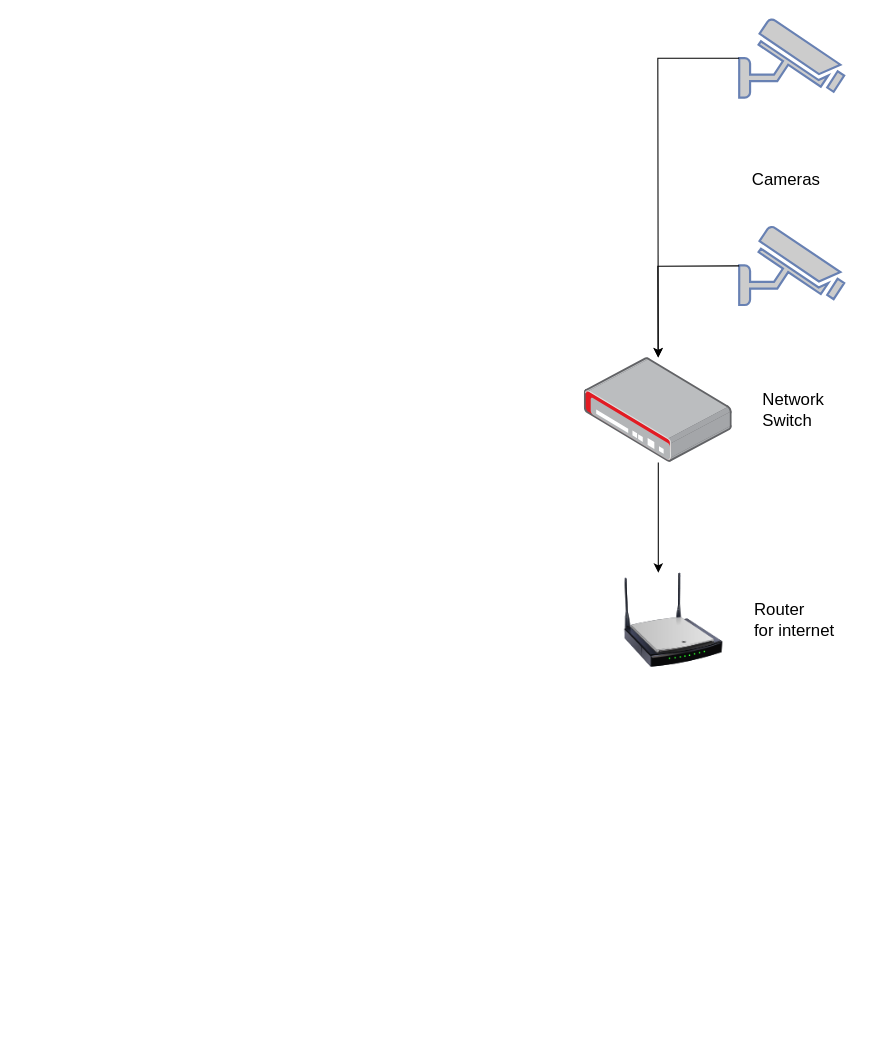
Earlier version of the draw.io diagram page "architecture" (1 of 2) of Untitled Diagram.drawio (the-mohamed-riaz/Angular-projects). Source tidied: cells renumbered, new cells numbered last; positions are measured from the earlier drawing's top-left corner, leaving out a move shared by most shapes. Both pictures are drawn from the tidied source at 105%, with x=0, y=0 at pixel (573, 5).
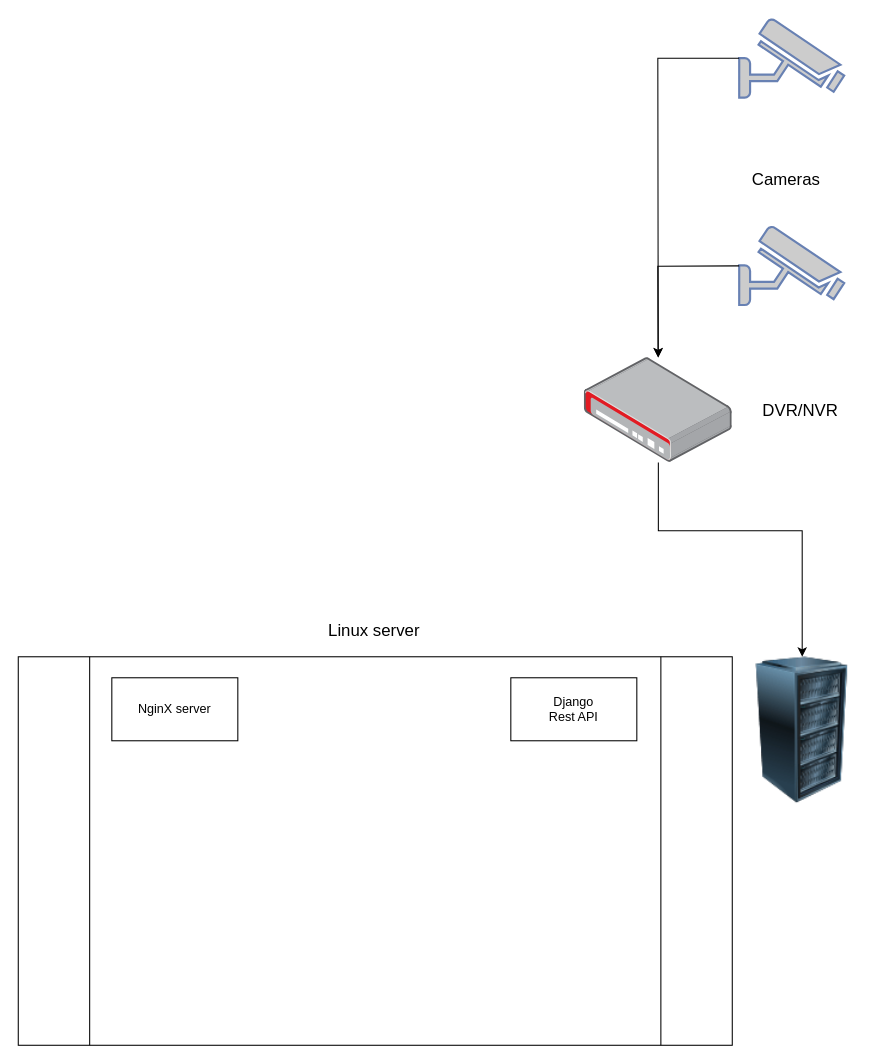
Above is the later version.

Commit message:
web framework

Diff of the diagram source:
```diff
@@
 <mxGraphModel background="#ffffff">
   <root>
     <mxCell id="0" />
     <mxCell id="1" parent="0" />
     <mxCell id="2" style="fontColor=#0066CC;verticalAlign=top;verticalLabelPosition=bottom;labelPosition=center;align=center;html=1;outlineConnect=0;fillColor=#CCCCCC;strokeColor=#6881B3;gradientColor=none;gradientDirection=north;strokeWidth=2;shape=mxgraph.networks.security_camera;direction=south;rotation=-90;flipV=0;" parent="1" vertex="1">
       <mxGeometry x="170" width="75" height="100" as="geometry" />
     </mxCell>
-    <mxCell id="3" style="edgeStyle=orthogonalEdgeStyle;rounded=0;jettySize=auto;html=1;" parent="1" edge="1" source="8" target="4">
+    <mxCell id="3" style="edgeStyle=orthogonalEdgeStyle;rounded=0;jettySize=auto;html=1;entryX=0.5;entryY=0;entryDx=0;entryDy=0;" parent="1" edge="1" source="8" target="12">
       <mxGeometry relative="1" as="geometry">
         <Array as="points">
-          <mxPoint x="99" y="380" />
-          <mxPoint x="99" y="380" />
+          <mxPoint x="80" y="500" />
+          <mxPoint x="218" y="500" />
         </Array>
       </mxGeometry>
     </mxCell>
-    <mxCell id="4" style="image;html=1;image=img/lib/clip_art/networking/Wireless_Router_N_128x128.png;" parent="1" vertex="1">
-      <mxGeometry y="540" width="190" height="90" as="geometry" />
-    </mxCell>
     <mxCell id="5" style="fontColor=#0066CC;verticalAlign=top;verticalLabelPosition=bottom;labelPosition=center;align=center;html=1;outlineConnect=0;fillColor=#CCCCCC;strokeColor=#6881B3;gradientColor=none;gradientDirection=north;strokeWidth=2;shape=mxgraph.networks.security_camera;" parent="1" vertex="1">
       <mxGeometry x="157.5" y="210" width="100" height="75" as="geometry" />
     </mxCell>
     <mxCell id="6" style="edgeStyle=none;rounded=0;jettySize=auto;html=1;" parent="1" edge="1" source="2" target="8">
       <mxGeometry relative="1" as="geometry">
         <Array as="points">
           <mxPoint x="80" y="50" />
         </Array>
       </mxGeometry>
     </mxCell>
     <mxCell id="7" style="edgeStyle=none;rounded=0;jettySize=auto;html=1;" parent="1" edge="1" source="5" target="8">
       <mxGeometry relative="1" as="geometry">
         <Array as="points">
           <mxPoint x="80" y="248" />
         </Array>
       </mxGeometry>
     </mxCell>
     <mxCell id="8" style="points=[];html=1;align=center;shadow=0;dashed=0;image;image=img/lib/allied_telesis/security/Router_VPN.svg;" parent="1" vertex="1">
       <mxGeometry x="10" y="335" width="140.9" height="100" as="geometry" />
     </mxCell>
     <mxCell id="9" value="&lt;span style=&quot;font-size: 16px&quot;&gt;Cameras&lt;/span&gt;" style="text;html=1;strokeColor=none;fillColor=none;align=left;verticalAlign=middle;whiteSpace=wrap;rounded=0;" parent="1" vertex="1">
       <mxGeometry x="167.5" y="140" width="80" height="50" as="geometry" />
     </mxCell>
-    <mxCell id="10" value="&lt;span style=&quot;font-size: 16px&quot;&gt;Network&lt;br&gt;Switch&lt;br&gt;&lt;/span&gt;" style="text;html=1;strokeColor=none;fillColor=none;align=left;verticalAlign=middle;whiteSpace=wrap;rounded=0;" parent="1" vertex="1">
+    <mxCell id="10" value="&lt;span style=&quot;font-size: 16px&quot;&gt;DVR/NVR&lt;br&gt;&lt;/span&gt;" style="text;html=1;strokeColor=none;fillColor=none;align=left;verticalAlign=middle;whiteSpace=wrap;rounded=0;" parent="1" vertex="1">
       <mxGeometry x="177.5" y="360" width="80" height="50" as="geometry" />
     </mxCell>
-    <mxCell id="11" value="&lt;span style=&quot;font-size: 16px&quot;&gt;Router&lt;br&gt;for internet&lt;br&gt;&lt;/span&gt;" style="text;html=1;strokeColor=none;fillColor=none;align=left;verticalAlign=middle;whiteSpace=wrap;rounded=0;" parent="1" vertex="1">
-      <mxGeometry x="170" y="560" width="80" height="50" as="geometry" />
-    </mxCell>
+    <mxCell id="12" style="image;html=1;image=img/lib/clip_art/computers/Server_Rack_128x128.png;" parent="1" vertex="1">
+      <mxGeometry x="162.5" y="620" width="110" height="140" as="geometry" />
+    </mxCell>
+    <mxCell id="13" value="&lt;font style=&quot;font-size: 16px&quot;&gt;Linux server&lt;/font&gt;" style="text;html=1;strokeColor=none;fillColor=none;align=center;verticalAlign=middle;whiteSpace=wrap;rounded=0;" parent="1" vertex="1">
+      <mxGeometry x="-260" y="560" width="140" height="70" as="geometry" />
+    </mxCell>
+    <mxCell id="14" style="shape=process;whiteSpace=wrap;html=1;backgroundOutline=1;" parent="1" vertex="1">
+      <mxGeometry x="-529.1" y="620" width="680" height="370" as="geometry" />
+    </mxCell>
+    <mxCell id="15" value="NginX server" style="rounded=0;whiteSpace=wrap;html=1;" parent="1" vertex="1">
+      <mxGeometry x="-440" y="640" width="120" height="60" as="geometry" />
+    </mxCell>
+    <mxCell id="16" value="Django&lt;br&gt;Rest API" style="rounded=0;whiteSpace=wrap;html=1;" parent="1" vertex="1">
+      <mxGeometry x="-60" y="640" width="120" height="60" as="geometry" />
+    </mxCell>
   </root>
 </mxGraphModel>
```
